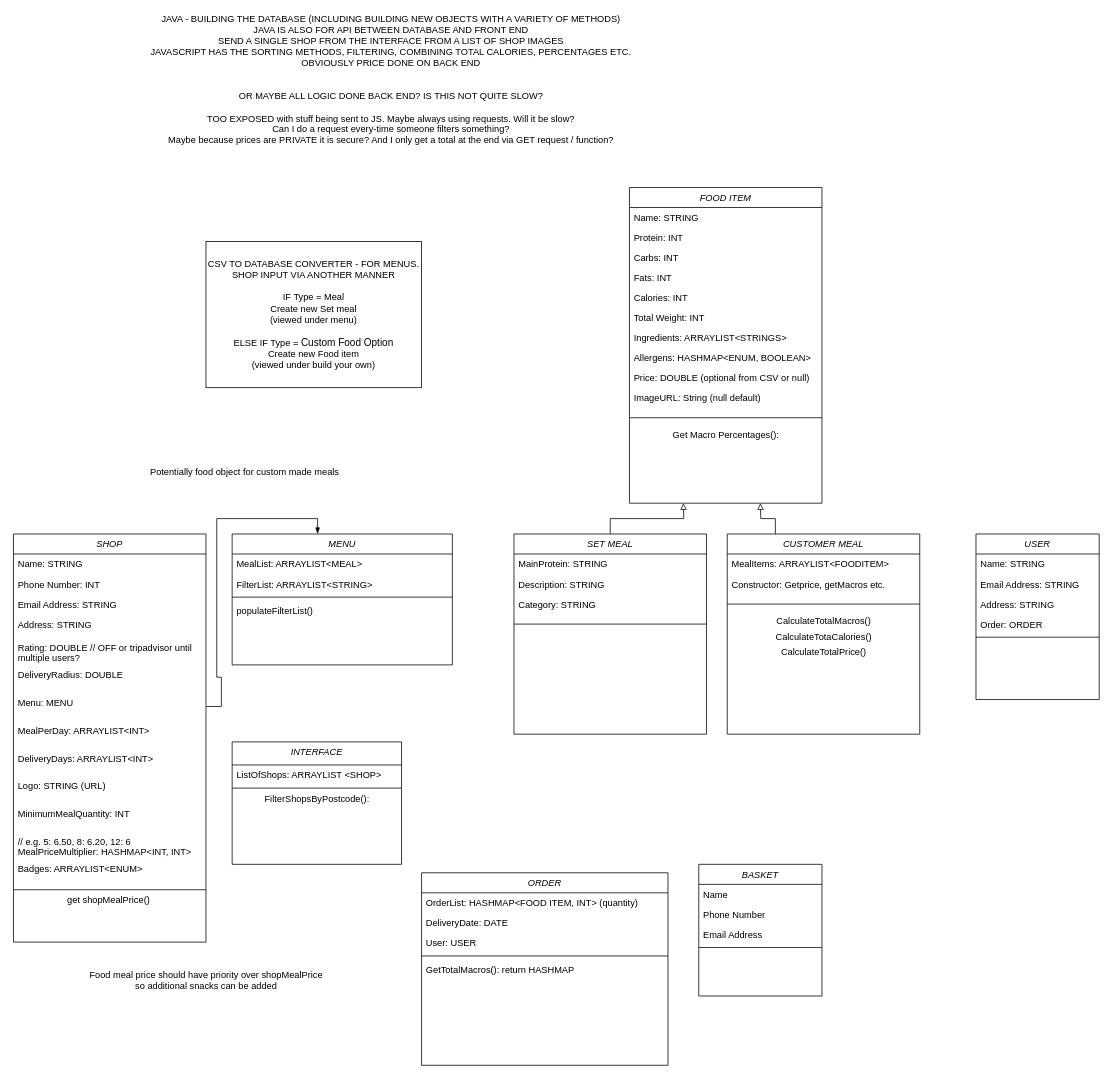
Earlier version of the draw.io diagram objects.drawio (dcallus/prep_app). Source tidied: cells renumbered, new cells numbered last; positions are measured from the earlier drawing's top-left corner, leaving out a move shared by most shapes. Both pictures are drawn from the tidied source at 77%, with x=0, y=0 at pixel (13, 14).
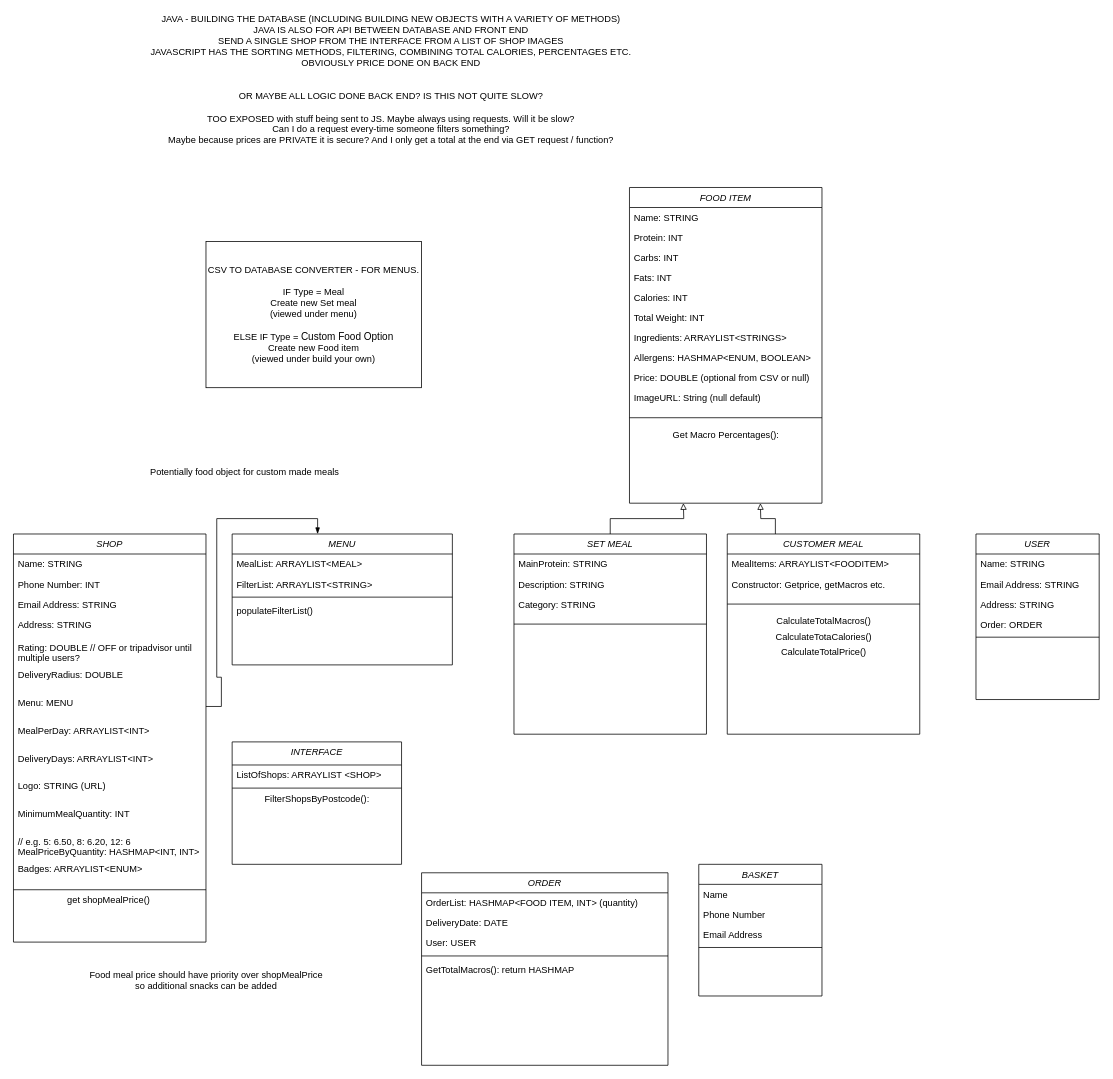
After the change.

Commit message (it also covers changes not shown here):
modded objects and added notes file

The change refers to these unchanged cells:
```xml
<mxCell id="2" value="SHOP" style="swimlane;fontStyle=2;align=center;verticalAlign=top;horizontal=1;startSize=26;rounded=0;shadow=0;strokeWidth=1;" parent="1" vertex="1">
  <mxGeometry y="675" width="250" height="530" as="geometry" />
</mxCell>
```

What changed in the source:
```diff
@@
-    <mxCell id="14" value="// e.g. 5: 6.50, 8: 6.20, 12: 6 &#10;MealPriceMultiplier: HASHMAP&lt;INT, INT&gt;" style="text;align=left;verticalAlign=top;spacingLeft=4;spacingRight=4;overflow=hidden;rounded=0;shadow=0;html=0;" parent="2" vertex="1">
+    <mxCell id="14" value="// e.g. 5: 6.50, 8: 6.20, 12: 6 &#10;MealPriceByQuantity: HASHMAP&lt;INT, INT&gt;" style="text;align=left;verticalAlign=top;spacingLeft=4;spacingRight=4;overflow=hidden;rounded=0;shadow=0;html=0;" parent="2" vertex="1">
       <mxGeometry y="386" width="250" height="36" as="geometry" />
     </mxCell>
@@
-    <mxCell id="72" value="CSV TO DATABASE CONVERTER - FOR MENUS.&lt;br&gt;SHOP INPUT VIA ANOTHER MANNER&lt;br&gt;&lt;br&gt;IF Type = Meal&lt;br&gt;Create new Set meal&lt;br&gt;(viewed under menu)&lt;br&gt;&lt;br&gt;ELSE IF Type =&amp;nbsp;&lt;span style=&quot;font-family: &amp;#34;arial&amp;#34; ; font-size: 13px ; text-align: left ; background-color: rgb(255 , 255 , 255)&quot;&gt;Custom Food Option&lt;br&gt;&lt;/span&gt;Create new Food item&lt;br&gt;(viewed under build your own)" style="rounded=0;whiteSpace=wrap;html=1;" parent="1" vertex="1">
+    <mxCell id="72" value="CSV TO DATABASE CONVERTER - FOR MENUS.&lt;br&gt;&lt;br&gt;IF Type = Meal&lt;br&gt;Create new Set meal&lt;br&gt;(viewed under menu)&lt;br&gt;&lt;br&gt;ELSE IF Type =&amp;nbsp;&lt;span style=&quot;font-family: &amp;#34;arial&amp;#34; ; font-size: 13px ; text-align: left ; background-color: rgb(255 , 255 , 255)&quot;&gt;Custom Food Option&lt;br&gt;&lt;/span&gt;Create new Food item&lt;br&gt;(viewed under build your own)" style="rounded=0;whiteSpace=wrap;html=1;" parent="1" vertex="1">
       <mxGeometry x="250" y="295" width="280" height="190" as="geometry" />
     </mxCell>
```
